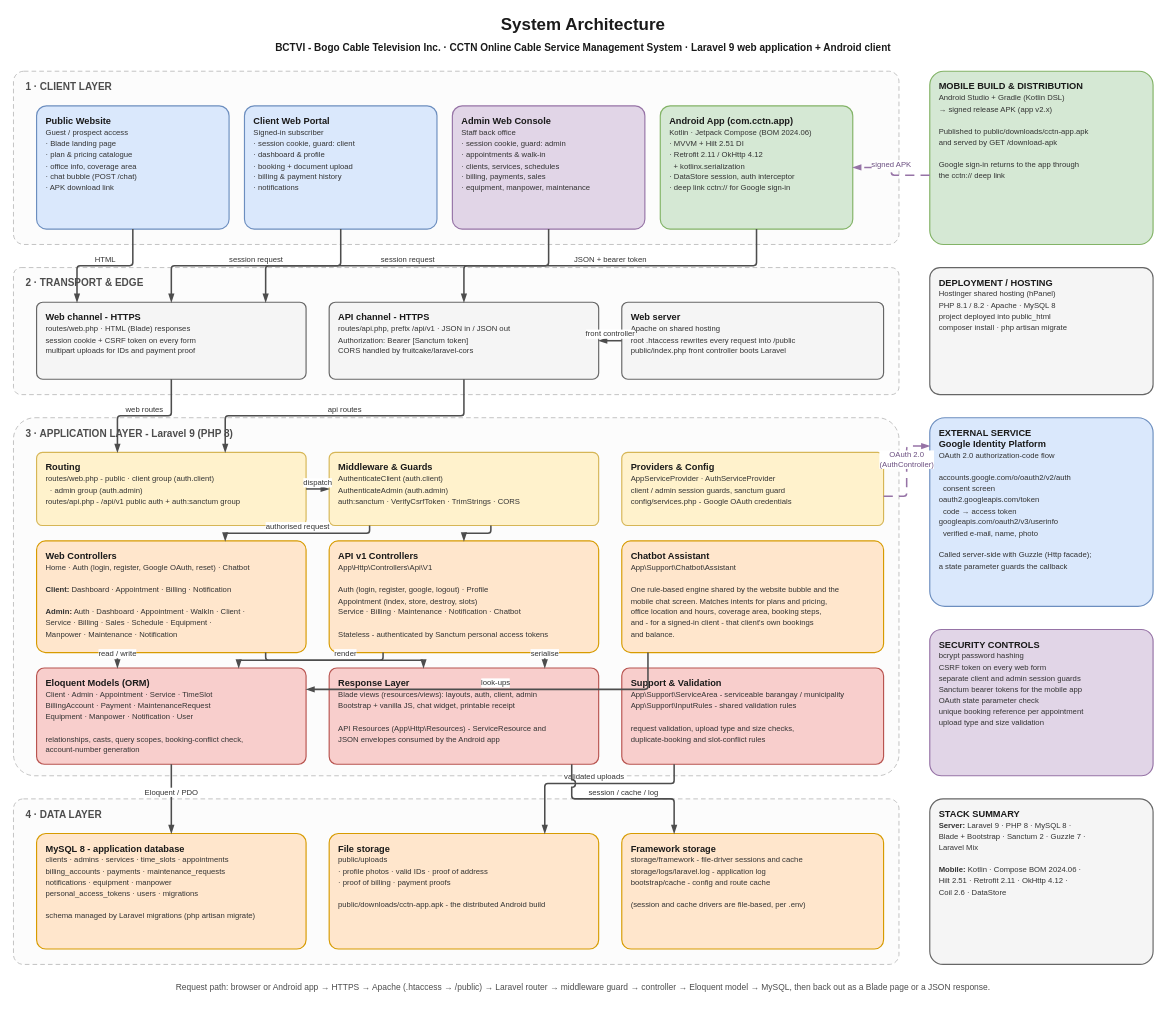
Above: page "System Architecture" (1 of 2) of docs/diagrams/CCTN-System-Architecture.drawio in Fuzz07/cctn (draw.io), before the change. Source tidied: cells renumbered, new cells numbered last; positions are measured from the earlier drawing's top-left corner, leaving out a move shared by most shapes. Both pictures are drawn from the tidied source at 77%, with x=0, y=0 at pixel (13, 13).
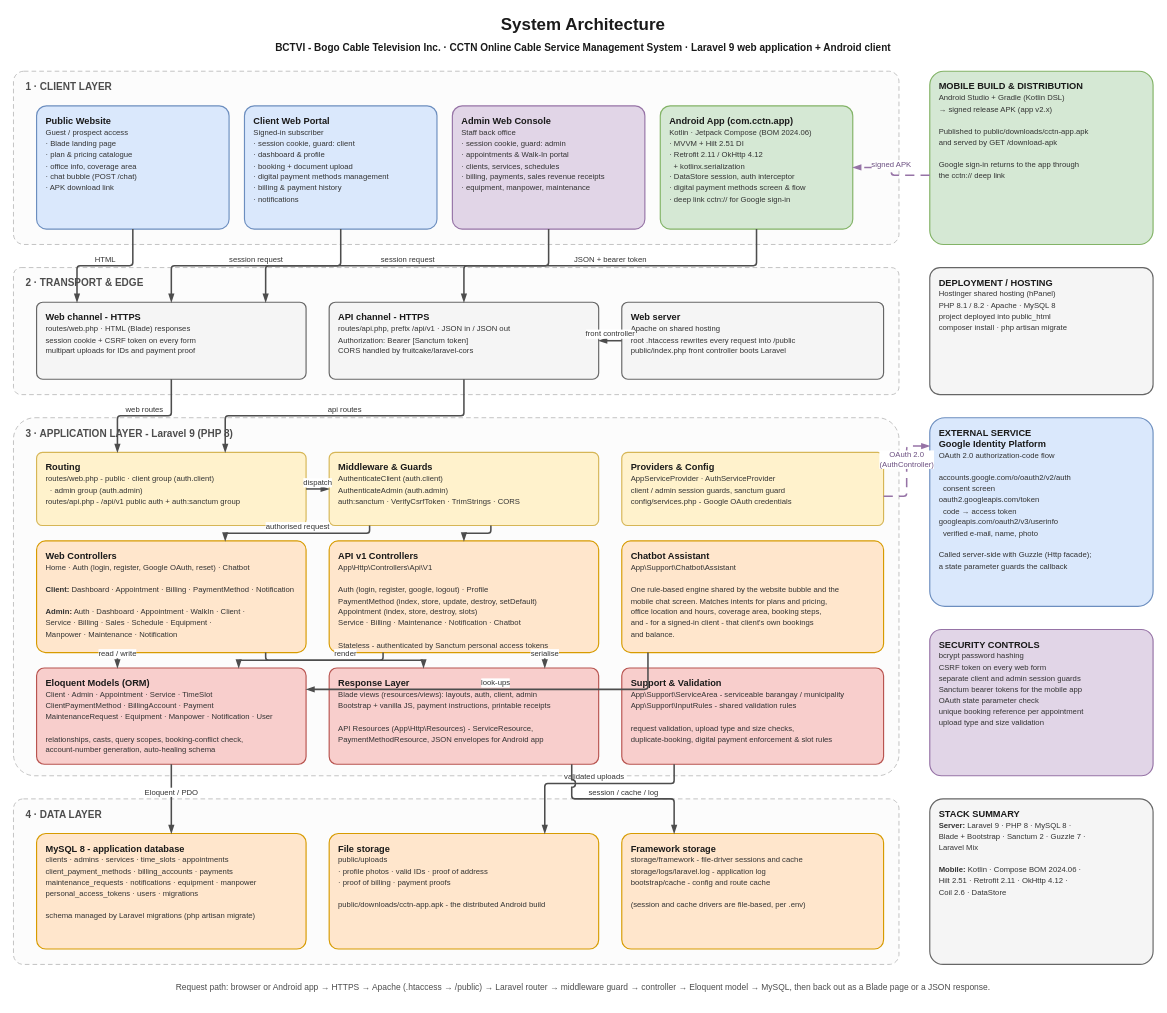
The same page after the edit.

Commit message (it also covers changes not shown here):
docs: add project directory architecture diagram in draw.io

Diff of the diagram source:
```diff
@@
-    <mxCell id="5" value="&lt;b&gt;Client Web Portal&lt;/b&gt;&lt;br&gt;&lt;font style=&quot;font-size:10px;color:#333333&quot;&gt;Signed-in subscriber&lt;br&gt;· session cookie, guard: client&lt;br&gt;· dashboard &amp; profile&lt;br&gt;· booking + document upload&lt;br&gt;· billing &amp; payment history&lt;br&gt;· notifications&lt;/font&gt;" style="rounded=1;arcSize=8;whiteSpace=wrap;html=1;fillColor=#dae8fc;strokeColor=#6c8ebf;strokeWidth=1.5;verticalAlign=top;align=left;spacingLeft=10;spacingRight=10;spacingTop=6;fontSize=12;fontColor=#1a1a1a;" parent="1" vertex="1">
+    <mxCell id="5" value="&lt;b&gt;Client Web Portal&lt;/b&gt;&lt;br&gt;&lt;font style=&quot;font-size:10px;color:#333333&quot;&gt;Signed-in subscriber&lt;br&gt;· session cookie, guard: client&lt;br&gt;· dashboard &amp; profile&lt;br&gt;· booking + document upload&lt;br&gt;· digital payment methods management&lt;br&gt;· billing &amp; payment history&lt;br&gt;· notifications&lt;/font&gt;" style="rounded=1;arcSize=8;whiteSpace=wrap;html=1;fillColor=#dae8fc;strokeColor=#6c8ebf;strokeWidth=1.5;verticalAlign=top;align=left;spacingLeft=10;spacingRight=10;spacingTop=6;fontSize=12;fontColor=#1a1a1a;" parent="1" vertex="1">
       <mxGeometry x="300" y="120" width="250" height="160" as="geometry" />
     </mxCell>
-    <mxCell id="6" value="&lt;b&gt;Admin Web Console&lt;/b&gt;&lt;br&gt;&lt;font style=&quot;font-size:10px;color:#333333&quot;&gt;Staff back office&lt;br&gt;· session cookie, guard: admin&lt;br&gt;· appointments &amp; walk-in&lt;br&gt;· clients, services, schedules&lt;br&gt;· billing, payments, sales&lt;br&gt;· equipment, manpower, maintenance&lt;/font&gt;" style="rounded=1;arcSize=8;whiteSpace=wrap;html=1;fillColor=#e1d5e7;strokeColor=#9673a6;strokeWidth=1.5;verticalAlign=top;align=left;spacingLeft=10;spacingRight=10;spacingTop=6;fontSize=12;fontColor=#1a1a1a;" parent="1" vertex="1">
+    <mxCell id="6" value="&lt;b&gt;Admin Web Console&lt;/b&gt;&lt;br&gt;&lt;font style=&quot;font-size:10px;color:#333333&quot;&gt;Staff back office&lt;br&gt;· session cookie, guard: admin&lt;br&gt;· appointments &amp; Walk-In portal&lt;br&gt;· clients, services, schedules&lt;br&gt;· billing, payments, sales revenue receipts&lt;br&gt;· equipment, manpower, maintenance&lt;/font&gt;" style="rounded=1;arcSize=8;whiteSpace=wrap;html=1;fillColor=#e1d5e7;strokeColor=#9673a6;strokeWidth=1.5;verticalAlign=top;align=left;spacingLeft=10;spacingRight=10;spacingTop=6;fontSize=12;fontColor=#1a1a1a;" parent="1" vertex="1">
       <mxGeometry x="570" y="120" width="250" height="160" as="geometry" />
     </mxCell>
-    <mxCell id="7" value="&lt;b&gt;Android App  (com.cctn.app)&lt;/b&gt;&lt;br&gt;&lt;font style=&quot;font-size:10px;color:#333333&quot;&gt;Kotlin · Jetpack Compose (BOM 2024.06)&lt;br&gt;· MVVM + Hilt 2.51 DI&lt;br&gt;· Retrofit 2.11 / OkHttp 4.12&lt;br&gt;  + kotlinx.serialization&lt;br&gt;· DataStore session, auth interceptor&lt;br&gt;· deep link cctn:// for Google sign-in&lt;/font&gt;" style="rounded=1;arcSize=8;whiteSpace=wrap;html=1;fillColor=#d5e8d4;strokeColor=#82b366;strokeWidth=1.5;verticalAlign=top;align=left;spacingLeft=10;spacingRight=10;spacingTop=6;fontSize=12;fontColor=#1a1a1a;" parent="1" vertex="1">
+    <mxCell id="7" value="&lt;b&gt;Android App  (com.cctn.app)&lt;/b&gt;&lt;br&gt;&lt;font style=&quot;font-size:10px;color:#333333&quot;&gt;Kotlin · Jetpack Compose (BOM 2024.06)&lt;br&gt;· MVVM + Hilt 2.51 DI&lt;br&gt;· Retrofit 2.11 / OkHttp 4.12&lt;br&gt;  + kotlinx.serialization&lt;br&gt;· DataStore session, auth interceptor&lt;br&gt;· digital payment methods screen &amp; flow&lt;br&gt;· deep link cctn:// for Google sign-in&lt;/font&gt;" style="rounded=1;arcSize=8;whiteSpace=wrap;html=1;fillColor=#d5e8d4;strokeColor=#82b366;strokeWidth=1.5;verticalAlign=top;align=left;spacingLeft=10;spacingRight=10;spacingTop=6;fontSize=12;fontColor=#1a1a1a;" parent="1" vertex="1">
       <mxGeometry x="840" y="120" width="250" height="160" as="geometry" />
     </mxCell>
@@
-    <mxCell id="16" value="&lt;b&gt;Web Controllers&lt;/b&gt;&lt;br&gt;&lt;font style=&quot;font-size:10px;color:#333333&quot;&gt;Home · Auth (login, register, Google OAuth, reset) · Chatbot&lt;br&gt;&lt;br&gt;&lt;b&gt;Client:&lt;/b&gt; Dashboard · Appointment · Billing · Notification&lt;br&gt;&lt;br&gt;&lt;b&gt;Admin:&lt;/b&gt; Auth · Dashboard · Appointment · WalkIn · Client ·&lt;br&gt;Service · Billing · Sales · Schedule · Equipment ·&lt;br&gt;Manpower · Maintenance · Notification&lt;/font&gt;" style="rounded=1;arcSize=8;whiteSpace=wrap;html=1;fillColor=#ffe6cc;strokeColor=#d79b00;strokeWidth=1.5;verticalAlign=top;align=left;spacingLeft=10;spacingRight=10;spacingTop=6;fontSize=12;fontColor=#1a1a1a;" parent="1" vertex="1">
+    <mxCell id="16" value="&lt;b&gt;Web Controllers&lt;/b&gt;&lt;br&gt;&lt;font style=&quot;font-size:10px;color:#333333&quot;&gt;Home · Auth (login, register, Google OAuth, reset) · Chatbot&lt;br&gt;&lt;br&gt;&lt;b&gt;Client:&lt;/b&gt; Dashboard · Appointment · Billing · PaymentMethod · Notification&lt;br&gt;&lt;br&gt;&lt;b&gt;Admin:&lt;/b&gt; Auth · Dashboard · Appointment · WalkIn · Client ·&lt;br&gt;Service · Billing · Sales · Schedule · Equipment ·&lt;br&gt;Manpower · Maintenance · Notification&lt;/font&gt;" style="rounded=1;arcSize=8;whiteSpace=wrap;html=1;fillColor=#ffe6cc;strokeColor=#d79b00;strokeWidth=1.5;verticalAlign=top;align=left;spacingLeft=10;spacingRight=10;spacingTop=6;fontSize=12;fontColor=#1a1a1a;" parent="1" vertex="1">
       <mxGeometry x="30" y="685" width="350" height="145" as="geometry" />
     </mxCell>
-    <mxCell id="17" value="&lt;b&gt;API v1 Controllers&lt;/b&gt;&lt;br&gt;&lt;font style=&quot;font-size:10px;color:#333333&quot;&gt;App\Http\Controllers\Api\V1&lt;br&gt;&lt;br&gt;Auth (login, register, google, logout) · Profile&lt;br&gt;Appointment (index, store, destroy, slots)&lt;br&gt;Service · Billing · Maintenance · Notification · Chatbot&lt;br&gt;&lt;br&gt;Stateless - authenticated by Sanctum personal access tokens&lt;/font&gt;" style="rounded=1;arcSize=8;whiteSpace=wrap;html=1;fillColor=#ffe6cc;strokeColor=#d79b00;strokeWidth=1.5;verticalAlign=top;align=left;spacingLeft=10;spacingRight=10;spacingTop=6;fontSize=12;fontColor=#1a1a1a;" parent="1" vertex="1">
+    <mxCell id="17" value="&lt;b&gt;API v1 Controllers&lt;/b&gt;&lt;br&gt;&lt;font style=&quot;font-size:10px;color:#333333&quot;&gt;App\Http\Controllers\Api\V1&lt;br&gt;&lt;br&gt;Auth (login, register, google, logout) · Profile&lt;br&gt;PaymentMethod (index, store, update, destroy, setDefault)&lt;br&gt;Appointment (index, store, destroy, slots)&lt;br&gt;Service · Billing · Maintenance · Notification · Chatbot&lt;br&gt;&lt;br&gt;Stateless - authenticated by Sanctum personal access tokens&lt;/font&gt;" style="rounded=1;arcSize=8;whiteSpace=wrap;html=1;fillColor=#ffe6cc;strokeColor=#d79b00;strokeWidth=1.5;verticalAlign=top;align=left;spacingLeft=10;spacingRight=10;spacingTop=6;fontSize=12;fontColor=#1a1a1a;" parent="1" vertex="1">
       <mxGeometry x="410" y="685" width="350" height="145" as="geometry" />
     </mxCell>
@@
-    <mxCell id="19" value="&lt;b&gt;Eloquent Models  (ORM)&lt;/b&gt;&lt;br&gt;&lt;font style=&quot;font-size:10px;color:#333333&quot;&gt;Client · Admin · Appointment · Service · TimeSlot&lt;br&gt;BillingAccount · Payment · MaintenanceRequest&lt;br&gt;Equipment · Manpower · Notification · User&lt;br&gt;&lt;br&gt;relationships, casts, query scopes, booking-conflict check,&lt;br&gt;account-number generation&lt;/font&gt;" style="rounded=1;arcSize=8;whiteSpace=wrap;html=1;fillColor=#f8cecc;strokeColor=#b85450;strokeWidth=1.5;verticalAlign=top;align=left;spacingLeft=10;spacingRight=10;spacingTop=6;fontSize=12;fontColor=#1a1a1a;" parent="1" vertex="1">
+    <mxCell id="19" value="&lt;b&gt;Eloquent Models  (ORM)&lt;/b&gt;&lt;br&gt;&lt;font style=&quot;font-size:10px;color:#333333&quot;&gt;Client · Admin · Appointment · Service · TimeSlot&lt;br&gt;ClientPaymentMethod · BillingAccount · Payment&lt;br&gt;MaintenanceRequest · Equipment · Manpower · Notification · User&lt;br&gt;&lt;br&gt;relationships, casts, query scopes, booking-conflict check,&lt;br&gt;account-number generation, auto-healing schema&lt;/font&gt;" style="rounded=1;arcSize=8;whiteSpace=wrap;html=1;fillColor=#f8cecc;strokeColor=#b85450;strokeWidth=1.5;verticalAlign=top;align=left;spacingLeft=10;spacingRight=10;spacingTop=6;fontSize=12;fontColor=#1a1a1a;" parent="1" vertex="1">
       <mxGeometry x="30" y="850" width="350" height="125" as="geometry" />
     </mxCell>
-    <mxCell id="20" value="&lt;b&gt;Response Layer&lt;/b&gt;&lt;br&gt;&lt;font style=&quot;font-size:10px;color:#333333&quot;&gt;Blade views (resources/views): layouts, auth, client, admin&lt;br&gt;Bootstrap + vanilla JS, chat widget, printable receipt&lt;br&gt;&lt;br&gt;API Resources (App\Http\Resources) - ServiceResource and&lt;br&gt;JSON envelopes consumed by the Android app&lt;/font&gt;" style="rounded=1;arcSize=8;whiteSpace=wrap;html=1;fillColor=#f8cecc;strokeColor=#b85450;strokeWidth=1.5;verticalAlign=top;align=left;spacingLeft=10;spacingRight=10;spacingTop=6;fontSize=12;fontColor=#1a1a1a;" parent="1" vertex="1">
+    <mxCell id="20" value="&lt;b&gt;Response Layer&lt;/b&gt;&lt;br&gt;&lt;font style=&quot;font-size:10px;color:#333333&quot;&gt;Blade views (resources/views): layouts, auth, client, admin&lt;br&gt;Bootstrap + vanilla JS, payment instructions, printable receipts&lt;br&gt;&lt;br&gt;API Resources (App\Http\Resources) - ServiceResource,&lt;br&gt;PaymentMethodResource, JSON envelopes for Android app&lt;/font&gt;" style="rounded=1;arcSize=8;whiteSpace=wrap;html=1;fillColor=#f8cecc;strokeColor=#b85450;strokeWidth=1.5;verticalAlign=top;align=left;spacingLeft=10;spacingRight=10;spacingTop=6;fontSize=12;fontColor=#1a1a1a;" parent="1" vertex="1">
       <mxGeometry x="410" y="850" width="350" height="125" as="geometry" />
     </mxCell>
-    <mxCell id="21" value="&lt;b&gt;Support &amp; Validation&lt;/b&gt;&lt;br&gt;&lt;font style=&quot;font-size:10px;color:#333333&quot;&gt;App\Support\ServiceArea - serviceable barangay / municipality&lt;br&gt;App\Support\InputRules - shared validation rules&lt;br&gt;&lt;br&gt;request validation, upload type and size checks,&lt;br&gt;duplicate-booking and slot-conflict rules&lt;/font&gt;" style="rounded=1;arcSize=8;whiteSpace=wrap;html=1;fillColor=#f8cecc;strokeColor=#b85450;strokeWidth=1.5;verticalAlign=top;align=left;spacingLeft=10;spacingRight=10;spacingTop=6;fontSize=12;fontColor=#1a1a1a;" parent="1" vertex="1">
+    <mxCell id="21" value="&lt;b&gt;Support &amp; Validation&lt;/b&gt;&lt;br&gt;&lt;font style=&quot;font-size:10px;color:#333333&quot;&gt;App\Support\ServiceArea - serviceable barangay / municipality&lt;br&gt;App\Support\InputRules - shared validation rules&lt;br&gt;&lt;br&gt;request validation, upload type and size checks,&lt;br&gt;duplicate-booking, digital payment enforcement &amp; slot rules&lt;/font&gt;" style="rounded=1;arcSize=8;whiteSpace=wrap;html=1;fillColor=#f8cecc;strokeColor=#b85450;strokeWidth=1.5;verticalAlign=top;align=left;spacingLeft=10;spacingRight=10;spacingTop=6;fontSize=12;fontColor=#1a1a1a;" parent="1" vertex="1">
       <mxGeometry x="790" y="850" width="340" height="125" as="geometry" />
     </mxCell>
@@
-    <mxCell id="23" value="&lt;b&gt;MySQL 8  -  application database&lt;/b&gt;&lt;br&gt;&lt;font style=&quot;font-size:10px;color:#333333&quot;&gt;clients · admins · services · time_slots · appointments&lt;br&gt;billing_accounts · payments · maintenance_requests&lt;br&gt;notifications · equipment · manpower&lt;br&gt;personal_access_tokens · users · migrations&lt;br&gt;&lt;br&gt;schema managed by Laravel migrations (php artisan migrate)&lt;/font&gt;" style="rounded=1;arcSize=8;whiteSpace=wrap;html=1;fillColor=#ffe6cc;strokeColor=#d79b00;strokeWidth=1.5;verticalAlign=top;align=left;spacingLeft=10;spacingRight=10;spacingTop=6;fontSize=12;fontColor=#1a1a1a;" parent="1" vertex="1">
+    <mxCell id="23" value="&lt;b&gt;MySQL 8  -  application database&lt;/b&gt;&lt;br&gt;&lt;font style=&quot;font-size:10px;color:#333333&quot;&gt;clients · admins · services · time_slots · appointments&lt;br&gt;client_payment_methods · billing_accounts · payments&lt;br&gt;maintenance_requests · notifications · equipment · manpower&lt;br&gt;personal_access_tokens · users · migrations&lt;br&gt;&lt;br&gt;schema managed by Laravel migrations (php artisan migrate)&lt;/font&gt;" style="rounded=1;arcSize=8;whiteSpace=wrap;html=1;fillColor=#ffe6cc;strokeColor=#d79b00;strokeWidth=1.5;verticalAlign=top;align=left;spacingLeft=10;spacingRight=10;spacingTop=6;fontSize=12;fontColor=#1a1a1a;" parent="1" vertex="1">
       <mxGeometry x="30" y="1065" width="350" height="150" as="geometry" />
     </mxCell>
```
